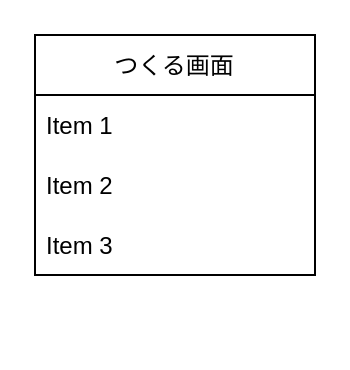
The draw.io diagram page "画面イメージ図" (3 of 3) of 画面設計.drawio in ringohoka/AnnounceSituation, before the edit. Source tidied: cells renumbered, new cells numbered last; positions are measured from the earlier drawing's top-left corner, leaving out a move shared by most shapes. Both pictures are drawn from the tidied source at 200%, with x=0, y=0 at pixel (34, 34).
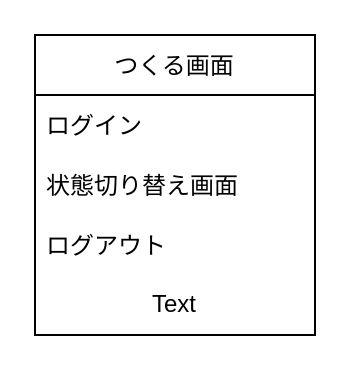
The same diagram, later.

Commit message:
画面設計.drawio を更新します

What changed in the source:
```diff
@@
 <mxGraphModel>
   <root>
     <mxCell id="0" />
     <mxCell id="1" parent="0" />
     <mxCell id="2" value="つくる画面" style="swimlane;fontStyle=0;horizontal=1;startSize=30;" parent="1" vertex="1">
-      <mxGeometry width="140" height="120" as="geometry" />
+      <mxGeometry width="140" height="150" as="geometry" />
     </mxCell>
-    <mxCell id="3" value="Item 1" style="text;strokeColor=none;fillColor=none;align=left;verticalAlign=middle;spacingLeft=4;spacingRight=4;overflow=hidden;" parent="2" vertex="1">
+    <mxCell id="3" value="ログイン" style="text;strokeColor=none;fillColor=none;align=left;verticalAlign=middle;spacingLeft=4;spacingRight=4;overflow=hidden;" parent="2" vertex="1">
       <mxGeometry y="30" width="140" height="30" as="geometry" />
     </mxCell>
-    <mxCell id="4" value="Item 2" style="text;strokeColor=none;fillColor=none;align=left;verticalAlign=middle;spacingLeft=4;spacingRight=4;overflow=hidden;" parent="2" vertex="1">
+    <mxCell id="4" value="状態切り替え画面" style="text;strokeColor=none;fillColor=none;align=left;verticalAlign=middle;spacingLeft=4;spacingRight=4;overflow=hidden;" parent="2" vertex="1">
       <mxGeometry y="60" width="140" height="30" as="geometry" />
     </mxCell>
-    <mxCell id="5" value="Item 3" style="text;strokeColor=none;fillColor=none;align=left;verticalAlign=middle;spacingLeft=4;spacingRight=4;overflow=hidden;" parent="2" vertex="1">
+    <mxCell id="5" value="ログアウト" style="text;strokeColor=none;fillColor=none;align=left;verticalAlign=middle;spacingLeft=4;spacingRight=4;overflow=hidden;" parent="2" vertex="1">
       <mxGeometry y="90" width="140" height="30" as="geometry" />
     </mxCell>
+    <mxCell id="6" value="Text" style="text;html=1;strokeColor=none;fillColor=none;align=center;verticalAlign=middle;whiteSpace=wrap;rounded=0;" parent="2" vertex="1">
+      <mxGeometry y="120" width="140" height="30" as="geometry" />
+    </mxCell>
   </root>
 </mxGraphModel>
```
